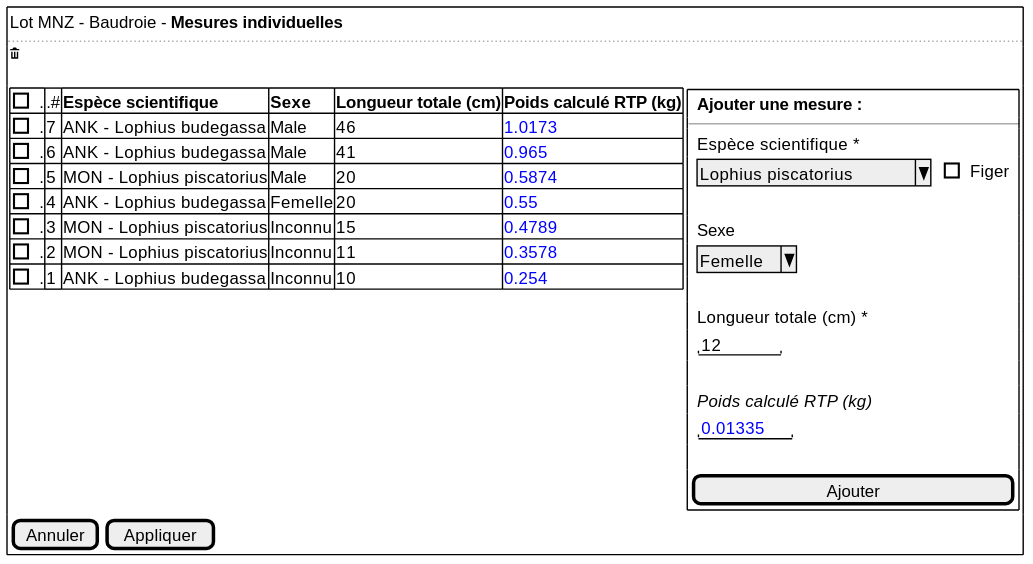
The PlantUML diagram projects/common/spe/images/individual-measures.svg in sumaris-net/sumaris-doc, before a commit.
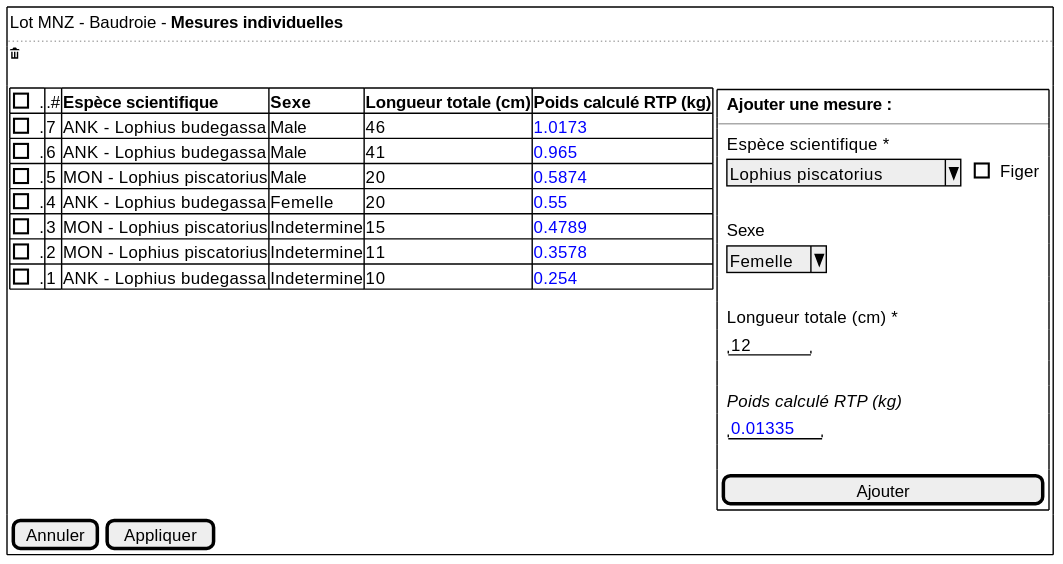
Above is the later version.

Diff of the diagram source:
```diff
@@ -12,9 +12,9 @@
       [].| 6 | ANK - Lophius budegassa   | Male | 41 | <color:blue>0.965
       [].| 5 | MON - Lophius piscatorius | Male | 20 | <color:blue>0.5874
       [].| 4 | ANK - Lophius budegassa   | Femelle | 20 | <color:blue>0.55
-      [].| 3 | MON - Lophius piscatorius | Inconnu | 15 | <color:blue>0.4789
-      [].| 2 | MON - Lophius piscatorius | Inconnu | 11 | <color:blue>0.3578
-      [].| 1 | ANK - Lophius budegassa   | Inconnu | 10 | <color:blue>0.254
+      [].| 3 | MON - Lophius piscatorius | Indetermine | 15 | <color:blue>0.4789
+      [].| 2 | MON - Lophius piscatorius | Indetermine | 11 | <color:blue>0.3578
+      [].| 1 | ANK - Lophius budegassa   | Indetermine | 10 | <color:blue>0.254
     } |
 
     {
```
